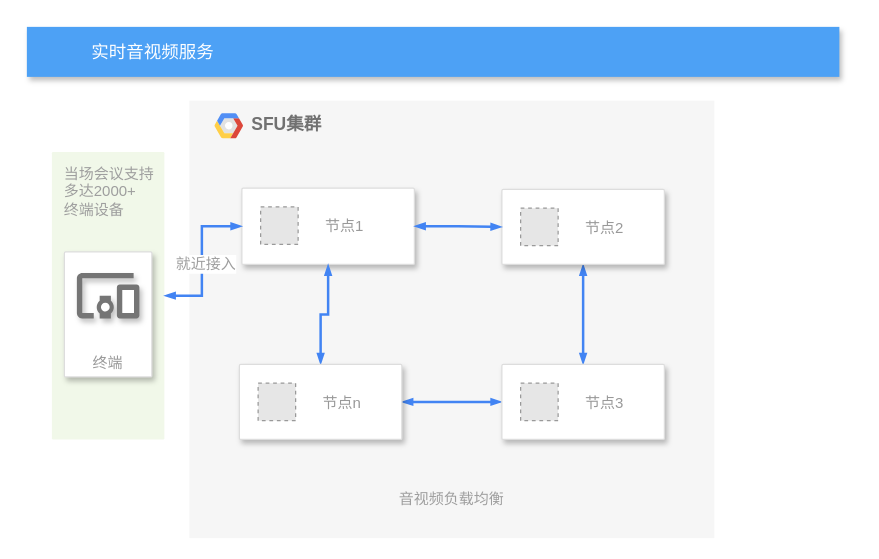
The draw.io diagram 未命名绘图.drawio in shushenghong/test, before the edit. Source tidied: cells renumbered, new cells numbered last; positions are measured from the earlier drawing's top-left corner, leaving out a move shared by most shapes. Both pictures are drawn from the tidied source at 125%, with x=0, y=0 at pixel (26, 26). Pictures stored in the file or linked from it are replaced by grey dashed boxes.
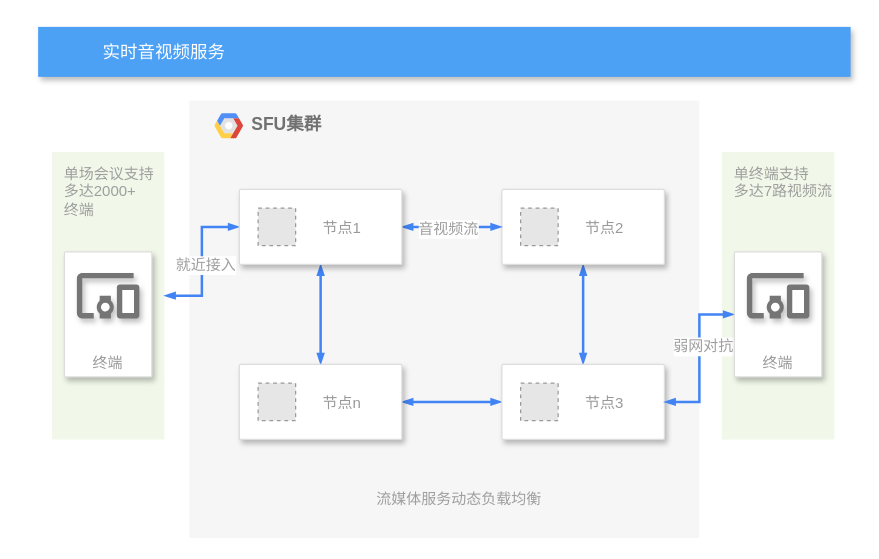
After the change.

Commit message (it also covers changes not shown here):
更新未命名绘图.drawio

Unchanged cells that the change refers to:
```xml
<mxCell id="14" style="edgeStyle=orthogonalEdgeStyle;shape=connector;rounded=0;jettySize=auto;html=1;dashed=0;labelBackgroundColor=none;strokeColor=#4284F3;strokeWidth=2;fontFamily=Helvetica;fontSize=12;fontColor=#000000;startFill=1;endArrow=blockThin;endFill=1;startSize=4;endSize=4;elbow=vertical;startArrow=blockThin;" parent="1" edge="1" source="4" target="12">
  <mxGeometry relative="1" as="geometry" />
</mxCell>
<mxCell id="16" style="strokeColor=#dddddd;shadow=1;strokeWidth=1;rounded=1;absoluteArcSize=1;arcSize=2;glass=0;sketch=0;" parent="1" vertex="1">
  <mxGeometry x="380" y="270" width="130" height="60" as="geometry" />
</mxCell>
```

The edit, as a diff of the source:
```diff
@@
     <mxCell id="2" value="&lt;b&gt;SFU集群&lt;/b&gt;" style="fillColor=#F6F6F6;strokeColor=none;shadow=0;gradientColor=none;fontSize=14;align=left;spacing=10;fontColor=#717171;9E9E9E;verticalAlign=top;spacingTop=-4;fontStyle=0;spacingLeft=40;html=1;" parent="1" vertex="1">
-      <mxGeometry x="130" y="59" width="420" height="350" as="geometry" />
+      <mxGeometry x="130" y="59" width="408" height="350" as="geometry" />
     </mxCell>
-    <mxCell id="3" style="shape=mxgraph.gcp2.google_cloud_platform;fillColor=#F6F6F6;strokeColor=none;shadow=0;gradientColor=none;" parent="2" vertex="1">
-      <mxGeometry width="23" height="20" relative="1" as="geometry">
-        <mxPoint x="20" y="10" as="offset" />
-      </mxGeometry>
-    </mxCell>
-    <mxCell id="4" style="strokeColor=#dddddd;shadow=1;strokeWidth=1;rounded=1;absoluteArcSize=1;arcSize=2;glass=0;sketch=0;" parent="2" vertex="1">
-      <mxGeometry x="42" y="70" width="138" height="61" as="geometry" />
-    </mxCell>
-    <mxCell id="5" value="节点1" style="fillColor=#E6E6E6;strokeColor=#999999;dashed=1;fontColor=#999999;verticalLabelPosition=middle;labelBackgroundColor=#ffffff;verticalAlign=middle;labelPosition=right;align=left;spacingLeft=20;" parent="4" vertex="1">
-      <mxGeometry width="30" height="30" relative="1" as="geometry">
-        <mxPoint x="15" y="15" as="offset" />
-      </mxGeometry>
-    </mxCell>
-    <mxCell id="6" value="音视频负载均衡" style="sketch=0;rounded=1;absoluteArcSize=1;arcSize=2;html=1;strokeColor=none;gradientColor=none;shadow=0;dashed=0;fontSize=12;fontColor=#9E9E9E;align=left;verticalAlign=top;spacing=10;spacingTop=-4;glass=0;fontFamily=Helvetica;fillColor=none;" parent="2" vertex="1">
-      <mxGeometry x="157.5" y="301" width="126" height="40" as="geometry" />
-    </mxCell>
-    <mxCell id="7" value="当场会议支持&lt;br&gt;多达2000+&lt;br&gt;终端设备" style="rounded=1;absoluteArcSize=1;arcSize=2;html=1;strokeColor=none;gradientColor=none;shadow=0;dashed=0;fontSize=12;fontColor=#9E9E9E;align=left;verticalAlign=top;spacing=10;spacingTop=-4;fillColor=#F1F8E9;" parent="1" vertex="1">
+    <mxCell id="7" value="单场会议支持&lt;br&gt;多达2000+&lt;br&gt;终端" style="rounded=1;absoluteArcSize=1;arcSize=2;html=1;strokeColor=none;gradientColor=none;shadow=0;dashed=0;fontSize=12;fontColor=#9E9E9E;align=left;verticalAlign=top;spacing=10;spacingTop=-4;fillColor=#F1F8E9;" parent="1" vertex="1">
       <mxGeometry x="20" y="100" width="90" height="230" as="geometry" />
     </mxCell>
     <mxCell id="8" value="实时音视频服务" style="fillColor=#4DA1F5;strokeColor=none;shadow=1;gradientColor=none;fontSize=14;align=left;spacingLeft=50;fontColor=#ffffff;html=1;" parent="1" vertex="1">
-      <mxGeometry width="650" height="40" as="geometry" />
+      <mxGeometry x="9" width="650" height="40" as="geometry" />
     </mxCell>
@@
+    <mxCell id="23" value="音视频流" style="edgeLabel;html=1;align=center;verticalAlign=middle;fontSize=12;fontFamily=Helvetica;fontColor=#9E9E9E;" parent="14" vertex="1">
+      <mxGeometry x="-0.1" y="-1" relative="1" as="geometry" />
+    </mxCell>
@@
+    <mxCell id="24" value="单终端支持&lt;br&gt;多达7路视频流" style="rounded=1;absoluteArcSize=1;arcSize=2;html=1;strokeColor=none;gradientColor=none;shadow=0;dashed=0;fontSize=12;fontColor=#9E9E9E;align=left;verticalAlign=top;spacing=10;spacingTop=-4;fillColor=#F1F8E9;" parent="1" vertex="1">
+      <mxGeometry x="556" y="100" width="90" height="230" as="geometry" />
+    </mxCell>
+    <mxCell id="25" style="edgeStyle=orthogonalEdgeStyle;shape=connector;rounded=0;jettySize=auto;html=1;entryX=1;entryY=0.5;entryDx=0;entryDy=0;dashed=0;labelBackgroundColor=none;strokeColor=#4284F3;strokeWidth=2;fontFamily=Helvetica;fontSize=12;fontColor=#9E9E9E;startArrow=blockThin;startFill=1;endArrow=blockThin;endFill=1;startSize=4;endSize=4;elbow=vertical;" parent="1" edge="1" source="27" target="16">
+      <mxGeometry relative="1" as="geometry" />
+    </mxCell>
+    <mxCell id="26" value="弱网对抗" style="edgeLabel;html=1;align=center;verticalAlign=middle;fontSize=12;fontFamily=Helvetica;fontColor=#9E9E9E;" parent="25" vertex="1">
+      <mxGeometry x="-0.17" y="2" relative="1" as="geometry">
+        <mxPoint y="1" as="offset" />
+      </mxGeometry>
+    </mxCell>
+    <mxCell id="27" value="终端" style="strokeColor=#dddddd;shadow=1;strokeWidth=1;rounded=1;absoluteArcSize=1;arcSize=2;labelPosition=center;verticalLabelPosition=middle;align=center;verticalAlign=bottom;spacingLeft=0;fontColor=#999999;fontSize=12;whiteSpace=wrap;spacingBottom=2;glass=0;sketch=0;fontFamily=Helvetica;" parent="1" vertex="1">
+      <mxGeometry x="566" y="180" width="70" height="100" as="geometry" />
+    </mxCell>
+    <mxCell id="28" style="sketch=0;dashed=0;html=1;fillColor=#757575;strokeColor=none;shape=mxgraph.gcp2.mobile_devices;shadow=1;glass=0;fontFamily=Helvetica;fontSize=12;fontColor=#000000;" parent="27" vertex="1">
+      <mxGeometry x="0.5" width="50" height="36.5" relative="1" as="geometry">
+        <mxPoint x="-25" y="16.8" as="offset" />
+      </mxGeometry>
+    </mxCell>
+    <mxCell id="3" style="shape=mxgraph.gcp2.google_cloud_platform;fillColor=#F6F6F6;strokeColor=none;shadow=0;gradientColor=none;" parent="1" vertex="1">
+      <mxGeometry x="150" y="69" width="23" height="20" as="geometry">
+        <mxPoint x="20" y="10" as="offset" />
+      </mxGeometry>
+    </mxCell>
+    <mxCell id="4" style="strokeColor=#dddddd;shadow=1;strokeWidth=1;rounded=1;absoluteArcSize=1;arcSize=2;glass=0;sketch=0;" parent="1" vertex="1">
+      <mxGeometry x="170" y="130" width="130" height="60" as="geometry" />
+    </mxCell>
+    <mxCell id="5" value="节点1" style="fillColor=#E6E6E6;strokeColor=#999999;dashed=1;fontColor=#999999;verticalLabelPosition=middle;labelBackgroundColor=#ffffff;verticalAlign=middle;labelPosition=right;align=left;spacingLeft=20;" parent="4" vertex="1">
+      <mxGeometry width="30" height="30" relative="1" as="geometry">
+        <mxPoint x="15" y="15" as="offset" />
+      </mxGeometry>
+    </mxCell>
+    <mxCell id="6" value="流媒体服务动态负载均衡" style="sketch=0;rounded=1;absoluteArcSize=1;arcSize=2;html=1;strokeColor=none;gradientColor=none;shadow=0;dashed=0;fontSize=12;fontColor=#9E9E9E;align=left;verticalAlign=top;spacing=10;spacingTop=-4;glass=0;fontFamily=Helvetica;fillColor=none;" parent="1" vertex="1">
+      <mxGeometry x="270" y="360" width="120" height="40" as="geometry" />
+    </mxCell>
```
